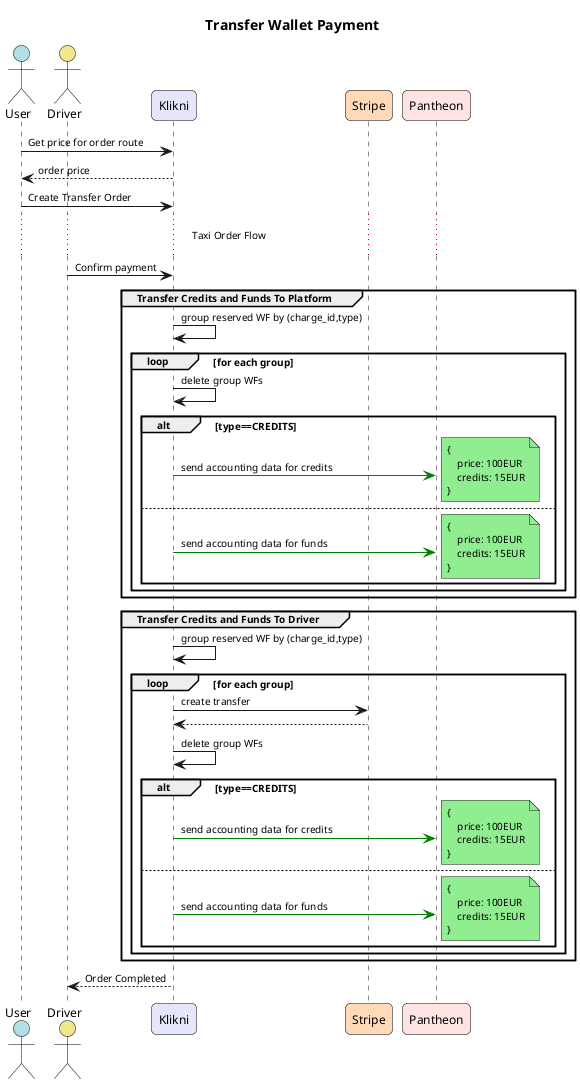
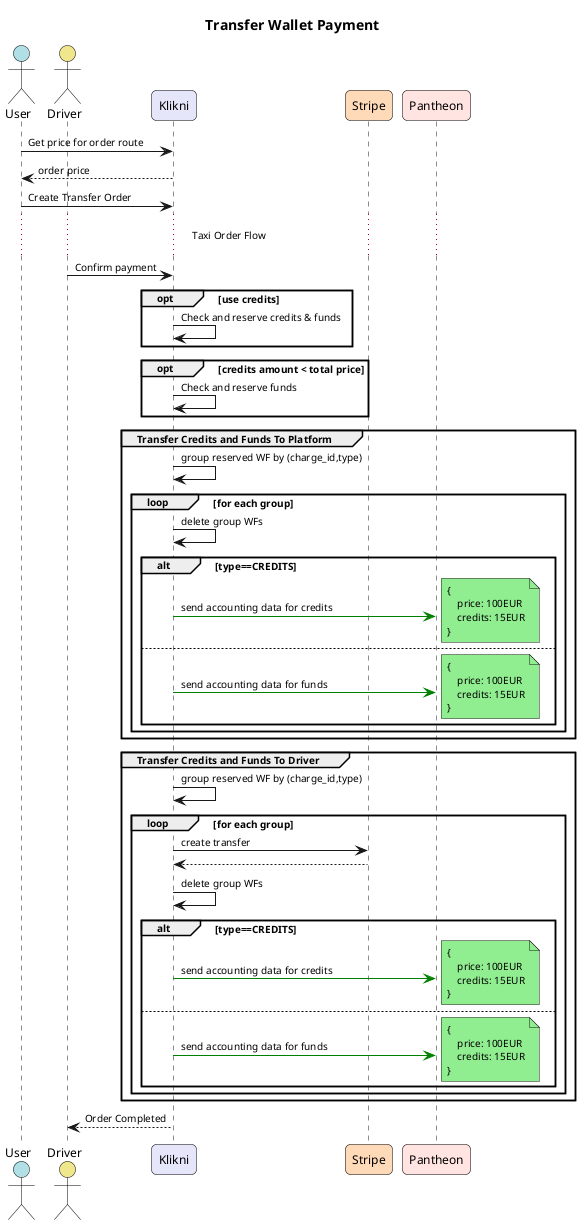
@startuml
title Transfer Wallet Payment
' === Compact Sequence Styling ===
skinparam defaultFontSize 10
skinparam sequence {
    MessageSpacing 15
    ParticipantSpacing 50
}

' === Actor / Participant Styling ===
skinparam actor {
    FontName Arial
    FontSize 12
    BorderColor Black
    BackgroundColor #ADD8E6
    RoundCorner 10
    MinWidth 120
    MinHeight 120
}

skinparam participant {
    FontName Arial
    FontSize 12
    BorderColor Black
    RoundCorner 10
    MinWidth 140
    MinHeight 100
}

' === Participant Colors ===
' Use stereotypes for coloring specific entities
actor User as user #B0E0E6
actor Driver as driver #F0E68C
participant Klikni as klikni #E6E6FA
participant Stripe as stripe #FFDAB9
participant Pantheon as pantheon #FFE4E1

' === Sequence Example ===
user -> klikni: Get price for order route
user <-- klikni: order price
user -> klikni: Create Transfer Order

... Taxi Order Flow ...
driver -> klikni: Confirm payment
+ opt use credits
+     klikni -> klikni: Check and reserve credits & funds
+ end
+ opt credits amount < total price
+     klikni -> klikni: Check and reserve funds
+ end
group Transfer Credits and Funds To Platform
    klikni->klikni: group reserved WF by (charge_id,type)
    loop for each group
        klikni->klikni: delete group WFs
        alt type==CREDITS
            klikni -[#green]> pantheon: send accounting data for credits
            note right #LightGreen
            {
                price: 100EUR
                credits: 15EUR
            }
            end note
        else
            klikni -[#green]> pantheon: send accounting data for funds
            note right #LightGreen
            {
                price: 100EUR
                credits: 15EUR
            }
            end note
        end

    end

end

group Transfer Credits and Funds To Driver
    klikni->klikni: group reserved WF by (charge_id,type)
    loop for each group
        klikni->stripe: create transfer
        klikni<--stripe
        klikni->klikni: delete group WFs

        alt type==CREDITS
            klikni -[#green]> pantheon: send accounting data for credits
            note right #LightGreen
            {
                price: 100EUR
                credits: 15EUR
            }
            end note
        else
            klikni -[#green]> pantheon: send accounting data for funds
            note right #LightGreen
            {
                price: 100EUR
                credits: 15EUR
            }
            end note
        end
    end
end

driver <-- klikni: Order Completed

@enduml
